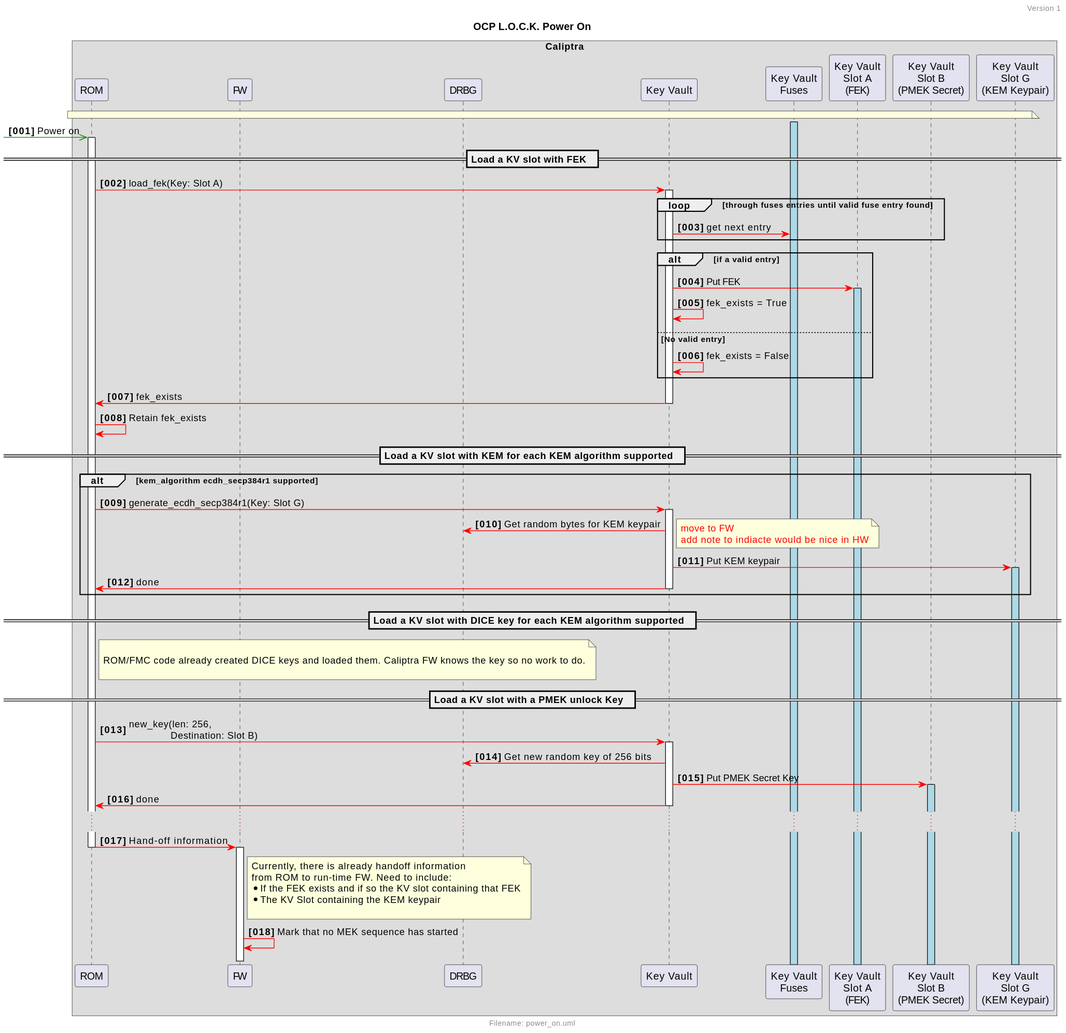
chipsalliance/Caliptra keeps this PlantUML diagram as doc/ocp_lock/diagrams/power_on.svg. Above is the earlier version.
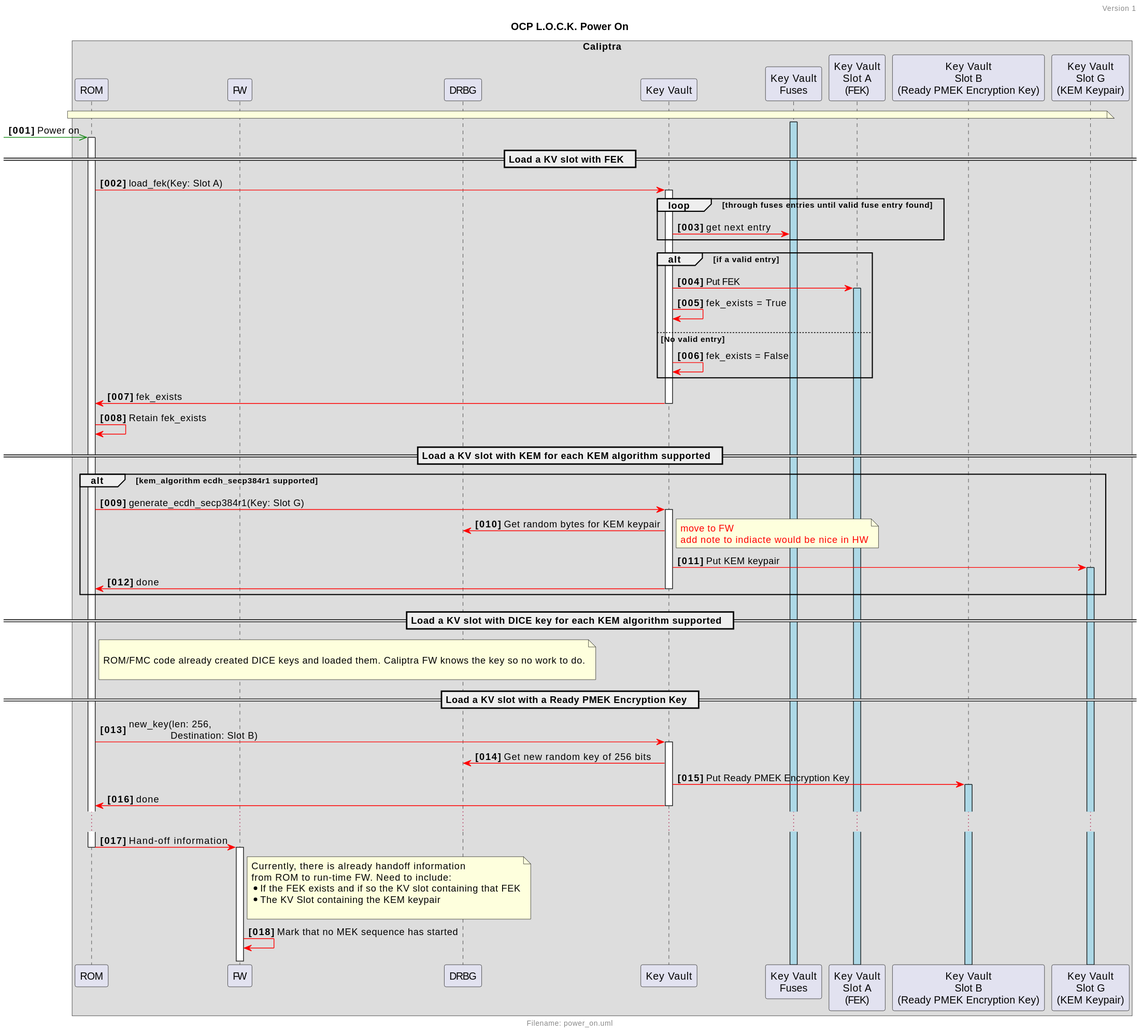
Later version of the same file.

The edit, as a diff of the source:
```diff
@@ -67,11 +67,11 @@
 
 end note
 
-== Load a KV slot with a PMEK unlock Key  ==
+== Load a KV slot with a Ready PMEK Encryption Key  ==
 
 crom $sync kv++: new_key(len: 256,\n              Destination: Slot B)
 kv $sync rand: Get new random key of 256 bits
-kv $sync pmeks: Put PMEK Secret Key
+kv $sync pmeks: Put Ready PMEK Encryption Key
 pmeks++ $BUFFER_ACTIVATION
 !if ($show_done)
     kv $sync crom-- : done
```
